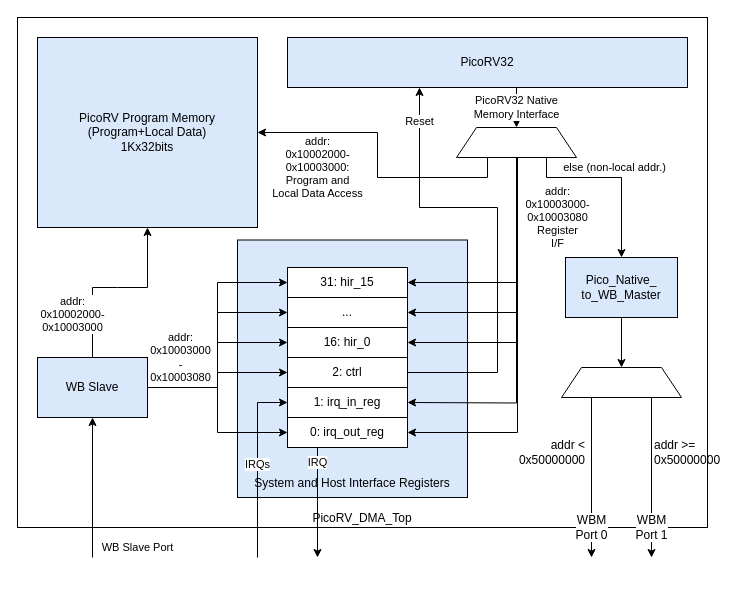
Earlier version of the draw.io diagram assets/PicoRV_DMA_Block_Diagram.drawio (epsilon537/boxlambda). Source tidied: cells renumbered, new cells numbered last; positions are measured from the earlier drawing's top-left corner, leaving out a move shared by most shapes. Both pictures are drawn from the tidied source at 100%, with x=0, y=0 at pixel (17, 17).
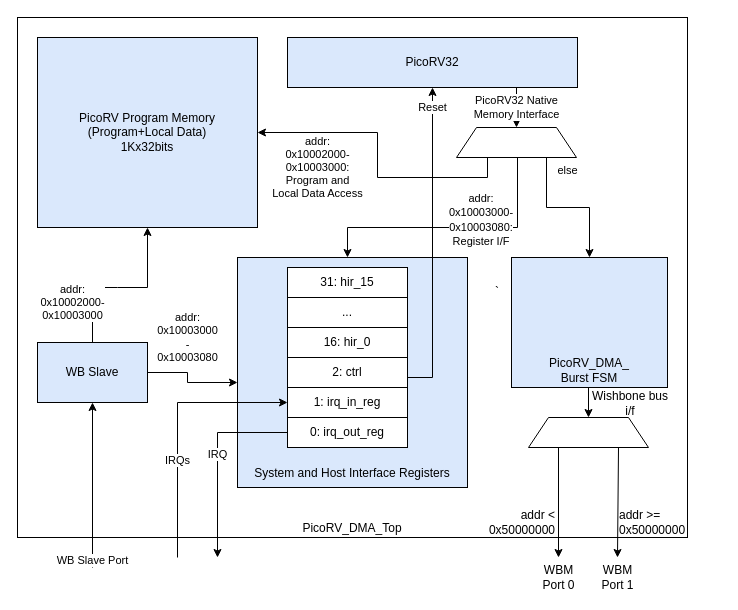
The same diagram, later.

Unchanged cells that the change refers to:
```xml
<mxCell id="12" value="1: irq_in_reg" style="rounded=0;whiteSpace=wrap;html=1;fillColor=#FFFFFF;" parent="1" vertex="1">
  <mxGeometry x="270" y="370" width="120" height="30" as="geometry" />
</mxCell>
<mxCell id="13" value="2: ctrl" style="rounded=0;whiteSpace=wrap;html=1;fillColor=#FFFFFF;" parent="1" vertex="1">
  <mxGeometry x="270" y="340" width="120" height="30" as="geometry" />
</mxCell>
<mxCell id="15" value="..." style="rounded=0;whiteSpace=wrap;html=1;fillColor=#FFFFFF;" parent="1" vertex="1">
  <mxGeometry x="270" y="280" width="120" height="30" as="geometry" />
</mxCell>
<mxCell id="16" value="31: hir_15" style="rounded=0;whiteSpace=wrap;html=1;fillColor=#FFFFFF;" parent="1" vertex="1">
  <mxGeometry x="270" y="250" width="120" height="30" as="geometry" />
</mxCell>
<mxCell id="25" value="0: irq_out_reg" style="rounded=0;whiteSpace=wrap;html=1;fillColor=#FFFFFF;" parent="1" vertex="1">
  <mxGeometry x="270" y="400" width="120" height="30" as="geometry" />
</mxCell>
<mxCell id="29" style="shape=trapezoid;perimeter=trapezoidPerimeter;whiteSpace=wrap;html=1;fixedSize=1;" parent="1" vertex="1">
  <mxGeometry x="439" y="110" width="120" height="30" as="geometry" />
</mxCell>
```

Change to the diagram source:
```diff
@@
     <mxCell id="2" value="PicoRV_DMA_Top" style="rounded=0;whiteSpace=wrap;html=1;verticalAlign=bottom;" parent="1" vertex="1">
-      <mxGeometry width="690" height="510" as="geometry" />
+      <mxGeometry width="670" height="520" as="geometry" />
     </mxCell>
     <mxCell id="3" value="&lt;font style=&quot;font-size: 12px;&quot;&gt;System and Host Interface Registers&lt;/font&gt;" style="rounded=0;whiteSpace=wrap;html=1;fontSize=32;fontColor=#000000;strokeColor=#000000;strokeWidth=1;fillColor=#DAE8FC;verticalAlign=bottom;" parent="1" vertex="1">
-      <mxGeometry x="220" y="222.5" width="230" height="257.5" as="geometry" />
+      <mxGeometry x="220" y="240" width="230" height="230" as="geometry" />
     </mxCell>
     <mxCell id="4" value="PicoRV32" style="rounded=0;whiteSpace=wrap;html=1;points=[[0,0,0,0,0],[0,0.25,0,0,0],[0,0.5,0,0,0],[0,0.75,0,0,0],[0,1,0,0,0],[0.15,1,0,0,0],[0.25,0,0,0,0],[0.33,1,0,0,0],[0.5,0,0,0,0],[0.5,1,0,0,0],[0.67,1,0,0,0],[0.75,0,0,0,0],[0.82,1,0,0,0],[1,0,0,0,0],[1,0.25,0,0,0],[1,0.5,0,0,0],[1,0.75,0,0,0],[1,1,0,0,0]];fillColor=#DAE8FC;" parent="1" vertex="1">
-      <mxGeometry x="270" y="20" width="400" height="50" as="geometry" />
+      <mxGeometry x="270" y="20" width="290" height="50" as="geometry" />
     </mxCell>
-    <mxCell id="5" value="Pico_Native_&lt;br&gt;to_WB_Master" style="rounded=0;whiteSpace=wrap;html=1;fillColor=#DAE8FC;" parent="1" vertex="1">
-      <mxGeometry x="548" y="240" width="112" height="60" as="geometry" />
-    </mxCell>
-    <mxCell id="6" value="else (non-local addr.)" style="endArrow=classic;html=1;rounded=0;exitX=0.75;exitY=1;exitDx=0;exitDy=0;entryX=0.5;entryY=0;entryDx=0;entryDy=0;edgeStyle=orthogonalEdgeStyle;" parent="1" edge="1" source="29" target="5">
-      <mxGeometry y="10" relative="1" as="geometry">
-        <Array as="points">
-          <mxPoint x="529" y="160" />
-          <mxPoint x="604" y="160" />
-        </Array>
-      </mxGeometry>
-    </mxCell>
-    <mxCell id="7" value="addr: &lt;br&gt;0x10003000-&lt;br&gt;0x10003080&lt;br&gt;Register&lt;br&gt;I/F" style="endArrow=none;startArrow=classic;html=1;rounded=0;edgeStyle=orthogonalEdgeStyle;endFill=0;entryX=0.5;entryY=1;entryDx=0;entryDy=0;exitX=1;exitY=0.5;exitDx=0;exitDy=0;" parent="1" edge="1" source="15" target="29">
-      <mxGeometry x="0.54" y="-40" relative="1" as="geometry">
-        <Array as="points">
-          <mxPoint x="500" y="295" />
-          <mxPoint x="500" y="160" />
-          <mxPoint x="499" y="160" />
-        </Array>
-      </mxGeometry>
-    </mxCell>
-    <mxCell id="8" style="endArrow=classic;html=1;rounded=0;exitX=0.5;exitY=1;exitDx=0;exitDy=0;entryX=0.5;entryY=0;entryDx=0;entryDy=0;" parent="1" edge="1" source="5" target="34">
-      <mxGeometry x="0.92" y="-64" relative="1" as="geometry" />
-    </mxCell>
     <mxCell id="9" value="WB Slave" style="rounded=0;whiteSpace=wrap;html=1;fillColor=#DAE8FC;" parent="1" vertex="1">
-      <mxGeometry x="20" y="340" width="110" height="60" as="geometry" />
+      <mxGeometry x="20" y="325" width="110" height="60" as="geometry" />
     </mxCell>
-    <mxCell id="10" value="Reset" style="endArrow=classic;html=1;rounded=0;exitX=1;exitY=0.5;exitDx=0;exitDy=0;entryX=0.33;entryY=1;entryDx=0;entryDy=0;edgeStyle=orthogonalEdgeStyle;entryPerimeter=0;" parent="1" edge="1" target="4">
+    <mxCell id="10" value="Reset" style="endArrow=classic;html=1;rounded=0;entryX=0.5;entryY=1;entryDx=0;entryDy=0;edgeStyle=orthogonalEdgeStyle;entryPerimeter=0;" parent="1" edge="1" source="13" target="4">
       <mxGeometry x="0.87" relative="1" as="geometry">
-        <mxPoint x="319" y="355" as="sourcePoint" />
         <Array as="points">
-          <mxPoint x="480" y="355" />
-          <mxPoint x="480" y="190" />
-          <mxPoint x="402" y="190" />
+          <mxPoint x="415" y="360" />
         </Array>
       </mxGeometry>
     </mxCell>
-    <mxCell id="11" value="WB Slave Port" style="endArrow=classic;html=1;rounded=0;entryX=0.5;entryY=1;entryDx=0;entryDy=0;" parent="1" edge="1" target="9">
-      <mxGeometry x="-0.86" y="-45" relative="1" as="geometry">
-        <mxPoint x="75" y="540" as="sourcePoint" />
+    <mxCell id="11" value="WB Slave Port" style="endArrow=classic;html=1;rounded=0;entryX=0.5;entryY=1;entryDx=0;entryDy=0;" parent="1" edge="1">
+      <mxGeometry x="-0.91" relative="1" as="geometry">
+        <mxPoint x="75" y="550" as="sourcePoint" />
+        <mxPoint x="75" y="385" as="targetPoint" />
       </mxGeometry>
     </mxCell>
@@
-    <mxCell id="14" value="16: hir_0" style="rounded=0;whiteSpace=wrap;html=1;fillColor=#FFFFFF;" parent="1" vertex="1">
-      <mxGeometry x="270" y="310" width="120" height="30" as="geometry" />
-    </mxCell>
@@
-    <mxCell id="17" style="endArrow=none;html=1;rounded=0;edgeStyle=orthogonalEdgeStyle;startArrow=classic;startFill=1;endFill=0;exitX=1;exitY=0.5;exitDx=0;exitDy=0;entryX=0.5;entryY=1;entryDx=0;entryDy=0;" parent="1" edge="1" source="16" target="29">
-      <mxGeometry relative="1" as="geometry">
-        <Array as="points">
-          <mxPoint x="499" y="265" />
-        </Array>
-      </mxGeometry>
-    </mxCell>
-    <mxCell id="18" style="endArrow=none;startArrow=classic;html=1;rounded=0;edgeStyle=orthogonalEdgeStyle;startFill=1;endFill=0;entryX=0.5;entryY=1;entryDx=0;entryDy=0;" parent="1" edge="1" target="29">
-      <mxGeometry relative="1" as="geometry">
-        <mxPoint x="390" y="385" as="sourcePoint" />
-      </mxGeometry>
-    </mxCell>
-    <mxCell id="19" style="endArrow=classic;html=1;rounded=0;entryX=1;entryY=0.5;entryDx=0;entryDy=0;edgeStyle=orthogonalEdgeStyle;" parent="1" edge="1" target="25">
-      <mxGeometry relative="1" as="geometry">
-        <mxPoint x="500" y="140" as="sourcePoint" />
-        <Array as="points">
-          <mxPoint x="500" y="415" />
-        </Array>
-      </mxGeometry>
-    </mxCell>
-    <mxCell id="20" value="IRQ" style="endArrow=classic;html=1;rounded=0;exitX=0.25;exitY=1;exitDx=0;exitDy=0;" parent="1" edge="1" source="25">
-      <mxGeometry x="-0.73" relative="1" as="geometry">
-        <mxPoint x="300" y="540" as="targetPoint" />
+    <mxCell id="20" value="IRQ" style="endArrow=classic;html=1;rounded=0;exitX=0;exitY=0.5;exitDx=0;exitDy=0;" parent="1" edge="1" source="25">
+      <mxGeometry x="-0.06" relative="1" as="geometry">
+        <mxPoint x="200" y="540" as="targetPoint" />
+        <Array as="points">
+          <mxPoint x="200" y="415" />
+        </Array>
       </mxGeometry>
     </mxCell>
-    <mxCell id="21" style="endArrow=classic;startArrow=none;html=1;rounded=0;entryX=0;entryY=0.5;entryDx=0;entryDy=0;edgeStyle=orthogonalEdgeStyle;startFill=0;" parent="1" edge="1" source="9" target="16">
-      <mxGeometry relative="1" as="geometry" />
-    </mxCell>
-    <mxCell id="22" style="endArrow=classic;startArrow=none;html=1;rounded=0;entryX=0;entryY=0.5;entryDx=0;entryDy=0;edgeStyle=orthogonalEdgeStyle;startFill=0;" parent="1" edge="1" source="9" target="15">
-      <mxGeometry relative="1" as="geometry" />
-    </mxCell>
-    <mxCell id="23" style="endArrow=classic;startArrow=none;html=1;rounded=0;entryX=0;entryY=0.5;entryDx=0;entryDy=0;edgeStyle=orthogonalEdgeStyle;startFill=0;" parent="1" edge="1" source="9" target="14">
-      <mxGeometry relative="1" as="geometry" />
-    </mxCell>
-    <mxCell id="24" style="endArrow=classic;startArrow=none;html=1;rounded=0;entryX=0;entryY=0.5;entryDx=0;entryDy=0;edgeStyle=orthogonalEdgeStyle;startFill=0;" parent="1" edge="1" source="9" target="13">
-      <mxGeometry relative="1" as="geometry" />
-    </mxCell>
@@
-    <mxCell id="26" value="addr:&lt;br&gt;0x10003000&lt;br&gt;-&lt;br&gt;0x10003080" style="endArrow=classic;startArrow=none;html=1;rounded=0;entryX=0;entryY=0.5;entryDx=0;entryDy=0;exitX=1;exitY=0.5;exitDx=0;exitDy=0;edgeStyle=orthogonalEdgeStyle;startFill=0;" parent="1" edge="1" source="9" target="25">
-      <mxGeometry x="-0.64" y="30" relative="1" as="geometry" />
+    <mxCell id="26" value="addr:&lt;br&gt;0x10003000&lt;br&gt;-&lt;br&gt;0x10003080" style="endArrow=classic;startArrow=none;html=1;rounded=0;entryX=0;entryY=0.25;entryDx=0;entryDy=0;exitX=1;exitY=0.5;exitDx=0;exitDy=0;edgeStyle=orthogonalEdgeStyle;startFill=0;" parent="1" edge="1">
+      <mxGeometry x="-0.2" y="-35" relative="1" as="geometry">
+        <mxPoint x="130" y="355" as="sourcePoint" />
+        <mxPoint x="220" y="365" as="targetPoint" />
+        <Array as="points">
+          <mxPoint x="170" y="355" />
+          <mxPoint x="170" y="365" />
+        </Array>
+        <mxPoint x="35" y="-35" as="offset" />
+      </mxGeometry>
     </mxCell>
@@
     <mxCell id="32" value="IRQs" style="endArrow=classic;html=1;rounded=0;entryX=0;entryY=0.5;entryDx=0;entryDy=0;edgeStyle=orthogonalEdgeStyle;" parent="1" edge="1" target="12">
-      <mxGeometry relative="1" as="geometry">
-        <mxPoint x="240" y="540" as="sourcePoint" />
+      <mxGeometry x="-0.27" relative="1" as="geometry">
+        <mxPoint x="160" y="540" as="sourcePoint" />
         <Array as="points">
-          <mxPoint x="240" y="385" />
+          <mxPoint x="160" y="385" />
         </Array>
       </mxGeometry>
     </mxCell>
-    <mxCell id="33" style="endArrow=classic;html=1;rounded=0;entryX=1;entryY=0.5;entryDx=0;entryDy=0;edgeStyle=orthogonalEdgeStyle;" parent="1" edge="1" target="14">
+    <mxCell id="33" style="endArrow=classic;html=1;rounded=0;edgeStyle=orthogonalEdgeStyle;" parent="1" edge="1">
       <mxGeometry relative="1" as="geometry">
         <mxPoint x="500" y="140" as="sourcePoint" />
+        <mxPoint x="330" y="240" as="targetPoint" />
         <Array as="points">
-          <mxPoint x="500" y="325" />
+          <mxPoint x="500" y="210" />
+          <mxPoint x="330" y="210" />
         </Array>
       </mxGeometry>
     </mxCell>
     <mxCell id="34" style="shape=trapezoid;perimeter=trapezoidPerimeter;whiteSpace=wrap;html=1;fixedSize=1;" parent="1" vertex="1">
-      <mxGeometry x="544" y="350" width="120" height="30" as="geometry" />
+      <mxGeometry x="511" y="400" width="120" height="30" as="geometry" />
     </mxCell>
     <mxCell id="35" value="WBM &lt;br&gt;Port 0" style="endArrow=classic;html=1;rounded=0;fontSize=12;fontColor=#000000;strokeColor=#000000;strokeWidth=1;exitX=0.25;exitY=1;exitDx=0;exitDy=0;" parent="1" edge="1" source="34">
-      <mxGeometry x="0.62" relative="1" as="geometry">
-        <mxPoint x="574" y="540" as="targetPoint" />
+      <mxGeometry x="1" y="20" relative="1" as="geometry">
+        <mxPoint x="541" y="540" as="targetPoint" />
+        <mxPoint x="-20" y="20" as="offset" />
       </mxGeometry>
     </mxCell>
     <mxCell id="36" value="WBM &lt;br&gt;Port 1" style="endArrow=classic;html=1;rounded=0;fontSize=12;fontColor=#000000;strokeColor=#000000;strokeWidth=1;exitX=0.75;exitY=1;exitDx=0;exitDy=0;" parent="1" edge="1" source="34">
-      <mxGeometry x="0.62" relative="1" as="geometry">
-        <mxPoint x="634" y="540" as="targetPoint" />
+      <mxGeometry x="1" y="20" relative="1" as="geometry">
+        <mxPoint x="600" y="540" as="targetPoint" />
+        <mxPoint x="-20" y="20" as="offset" />
       </mxGeometry>
     </mxCell>
     <mxCell id="37" value="addr &amp;lt;&lt;br&gt;0x50000000" style="text;html=1;strokeColor=none;fillColor=none;align=right;verticalAlign=middle;whiteSpace=wrap;rounded=0;fontSize=12;fontColor=#000000;" parent="1" vertex="1">
-      <mxGeometry x="510" y="420" width="60" height="30" as="geometry" />
+      <mxGeometry x="480" y="490" width="60" height="30" as="geometry" />
     </mxCell>
     <mxCell id="38" value="addr &amp;gt;=&lt;br&gt;0x50000000" style="text;html=1;strokeColor=none;fillColor=none;align=left;verticalAlign=middle;whiteSpace=wrap;rounded=0;fontSize=12;fontColor=#000000;" parent="1" vertex="1">
-      <mxGeometry x="635" y="420" width="60" height="30" as="geometry" />
+      <mxGeometry x="600" y="490" width="60" height="30" as="geometry" />
     </mxCell>
+    <mxCell id="39" style="edgeStyle=orthogonalEdgeStyle;rounded=0;jettySize=auto;html=1;startArrow=none;startFill=0;exitX=0.5;exitY=1;exitDx=0;exitDy=0;entryX=0.5;entryY=0;entryDx=0;entryDy=0;" parent="1" edge="1" source="40" target="34">
+      <mxGeometry relative="1" as="geometry" />
+    </mxCell>
+    <mxCell id="40" value="PicoRV_DMA_&lt;br&gt;Burst FSM" style="rounded=0;whiteSpace=wrap;html=1;fillColor=#DAE8FC;verticalAlign=bottom;" parent="1" vertex="1">
+      <mxGeometry x="494" y="240" width="156" height="130" as="geometry" />
+    </mxCell>
+    <mxCell id="41" value="&lt;br&gt;&lt;span style=&quot;color: rgb(0, 0, 0); font-family: Helvetica; font-size: 11px; font-style: normal; font-variant-ligatures: normal; font-variant-caps: normal; font-weight: 400; letter-spacing: normal; orphans: 2; text-indent: 0px; text-transform: none; widows: 2; word-spacing: 0px; -webkit-text-stroke-width: 0px; background-color: rgb(255, 255, 255); text-decoration-thickness: initial; text-decoration-style: initial; text-decoration-color: initial; float: none; display: inline !important;&quot;&gt;addr:&lt;/span&gt;&lt;br style=&quot;color: rgb(0, 0, 0); font-family: Helvetica; font-size: 11px; font-style: normal; font-variant-ligatures: normal; font-variant-caps: normal; font-weight: 400; letter-spacing: normal; orphans: 2; text-indent: 0px; text-transform: none; widows: 2; word-spacing: 0px; -webkit-text-stroke-width: 0px; text-decoration-thickness: initial; text-decoration-style: initial; text-decoration-color: initial;&quot;&gt;&lt;span style=&quot;color: rgb(0, 0, 0); font-family: Helvetica; font-size: 11px; font-style: normal; font-variant-ligatures: normal; font-variant-caps: normal; font-weight: 400; letter-spacing: normal; orphans: 2; text-indent: 0px; text-transform: none; widows: 2; word-spacing: 0px; -webkit-text-stroke-width: 0px; background-color: rgb(255, 255, 255); text-decoration-thickness: initial; text-decoration-style: initial; text-decoration-color: initial; float: none; display: inline !important;&quot;&gt;0x10003000-&lt;/span&gt;&lt;br style=&quot;color: rgb(0, 0, 0); font-family: Helvetica; font-size: 11px; font-style: normal; font-variant-ligatures: normal; font-variant-caps: normal; font-weight: 400; letter-spacing: normal; orphans: 2; text-indent: 0px; text-transform: none; widows: 2; word-spacing: 0px; -webkit-text-stroke-width: 0px; text-decoration-thickness: initial; text-decoration-style: initial; text-decoration-color: initial;&quot;&gt;&lt;span style=&quot;color: rgb(0, 0, 0); font-family: Helvetica; font-size: 11px; font-style: normal; font-variant-ligatures: normal; font-variant-caps: normal; font-weight: 400; letter-spacing: normal; orphans: 2; text-indent: 0px; text-transform: none; widows: 2; word-spacing: 0px; -webkit-text-stroke-width: 0px; background-color: rgb(255, 255, 255); text-decoration-thickness: initial; text-decoration-style: initial; text-decoration-color: initial; float: none; display: inline !important;&quot;&gt;0x10003080:&lt;/span&gt;&lt;br style=&quot;color: rgb(0, 0, 0); font-family: Helvetica; font-size: 11px; font-style: normal; font-variant-ligatures: normal; font-variant-caps: normal; font-weight: 400; letter-spacing: normal; orphans: 2; text-indent: 0px; text-transform: none; widows: 2; word-spacing: 0px; -webkit-text-stroke-width: 0px; text-decoration-thickness: initial; text-decoration-style: initial; text-decoration-color: initial;&quot;&gt;&lt;span style=&quot;color: rgb(0, 0, 0); font-family: Helvetica; font-size: 11px; font-style: normal; font-variant-ligatures: normal; font-variant-caps: normal; font-weight: 400; letter-spacing: normal; orphans: 2; text-indent: 0px; text-transform: none; widows: 2; word-spacing: 0px; -webkit-text-stroke-width: 0px; background-color: rgb(255, 255, 255); text-decoration-thickness: initial; text-decoration-style: initial; text-decoration-color: initial; float: none; display: inline !important;&quot;&gt;Register I/F&lt;/span&gt;&lt;br&gt;" style="text;html=1;strokeColor=none;fillColor=none;align=center;verticalAlign=middle;whiteSpace=wrap;rounded=0;" parent="1" vertex="1">
+      <mxGeometry x="434" y="180" width="60" height="30" as="geometry" />
+    </mxCell>
+    <mxCell id="42" value="`" style="text;html=1;strokeColor=none;fillColor=none;align=center;verticalAlign=middle;whiteSpace=wrap;rounded=0;" parent="1" vertex="1">
+      <mxGeometry x="450" y="260" width="60" height="30" as="geometry" />
+    </mxCell>
+    <mxCell id="43" value="&lt;span style=&quot;color: rgb(0, 0, 0); font-family: Helvetica; font-size: 11px; font-style: normal; font-variant-ligatures: normal; font-variant-caps: normal; font-weight: 400; letter-spacing: normal; orphans: 2; text-align: center; text-indent: 0px; text-transform: none; widows: 2; word-spacing: 0px; -webkit-text-stroke-width: 0px; background-color: rgb(255, 255, 255); text-decoration-thickness: initial; text-decoration-style: initial; text-decoration-color: initial; float: none; display: inline !important;&quot;&gt;else&lt;br&gt;&lt;/span&gt;" style="endArrow=none;html=1;rounded=0;exitX=0.5;exitY=0;exitDx=0;exitDy=0;entryX=0.75;entryY=1;entryDx=0;entryDy=0;edgeStyle=orthogonalEdgeStyle;startArrow=classic;endFill=0;startFill=1;" parent="1" edge="1" source="40" target="29">
+      <mxGeometry x="0.82" y="-21" relative="1" as="geometry" />
+    </mxCell>
+    <mxCell id="14" value="16: hir_0" style="rounded=0;whiteSpace=wrap;html=1;fillColor=#FFFFFF;" parent="1" vertex="1">
+      <mxGeometry x="270" y="310" width="120" height="30" as="geometry" />
+    </mxCell>
+    <mxCell id="44" value="Wishbone bus i/f" style="text;html=1;strokeColor=none;fillColor=none;align=center;verticalAlign=middle;whiteSpace=wrap;rounded=0;" parent="1" vertex="1">
+      <mxGeometry x="570" y="385" width="86" as="geometry" />
+    </mxCell>
```
